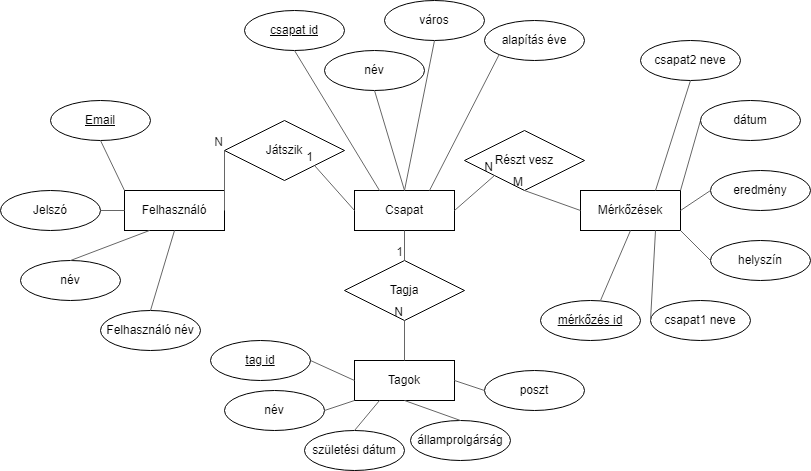
tamas1023/csapatsportok keeps this draw.io diagram as dokumentumok/EK_diagram.png. Above is the earlier version. Source tidied: cells renumbered, new cells last; positions are measured from the earlier drawing's top-left corner, leaving out a move shared by most shapes. Source of this version:
```xml
<mxGraphModel>
  <root>
    <mxCell id="0" />
    <mxCell id="1" parent="0" />
    <mxCell id="2" value="Játszik" style="shape=rhombus;perimeter=rhombusPerimeter;whiteSpace=wrap;html=1;align=center;" parent="1" vertex="1">
      <mxGeometry x="224" y="120" width="120" height="60" as="geometry" />
    </mxCell>
    <mxCell id="3" value="Részt vesz" style="shape=rhombus;perimeter=rhombusPerimeter;whiteSpace=wrap;html=1;align=center;" parent="1" vertex="1">
      <mxGeometry x="464" y="130" width="120" height="60" as="geometry" />
    </mxCell>
    <mxCell id="4" value="Tagja" style="shape=rhombus;perimeter=rhombusPerimeter;whiteSpace=wrap;html=1;align=center;" parent="1" vertex="1">
      <mxGeometry x="344" y="260" width="120" height="60" as="geometry" />
    </mxCell>
    <mxCell id="5" value="Felhasználó" style="whiteSpace=wrap;html=1;align=center;" parent="1" vertex="1">
      <mxGeometry x="124" y="190" width="100" height="40" as="geometry" />
    </mxCell>
    <mxCell id="6" value="Csapat" style="whiteSpace=wrap;html=1;align=center;" parent="1" vertex="1">
      <mxGeometry x="354" y="190" width="100" height="40" as="geometry" />
    </mxCell>
    <mxCell id="7" value="Tagok" style="whiteSpace=wrap;html=1;align=center;" parent="1" vertex="1">
      <mxGeometry x="354" y="360" width="100" height="40" as="geometry" />
    </mxCell>
    <mxCell id="8" value="Mérkőzések" style="whiteSpace=wrap;html=1;align=center;" parent="1" vertex="1">
      <mxGeometry x="580" y="190" width="100" height="40" as="geometry" />
    </mxCell>
    <mxCell id="9" value="Jelszó" style="ellipse;whiteSpace=wrap;html=1;align=center;" parent="1" vertex="1">
      <mxGeometry y="190" width="100" height="40" as="geometry" />
    </mxCell>
    <mxCell id="10" value="Email" style="ellipse;whiteSpace=wrap;html=1;align=center;fontStyle=4;" parent="1" vertex="1">
      <mxGeometry x="50" y="100" width="100" height="40" as="geometry" />
    </mxCell>
    <mxCell id="11" value="név" style="ellipse;whiteSpace=wrap;html=1;align=center;" parent="1" vertex="1">
      <mxGeometry x="20" y="260" width="100" height="40" as="geometry" />
    </mxCell>
    <mxCell id="12" value="város" style="ellipse;whiteSpace=wrap;html=1;align=center;" parent="1" vertex="1">
      <mxGeometry x="384" width="100" height="40" as="geometry" />
    </mxCell>
    <mxCell id="13" value="csapat id" style="ellipse;whiteSpace=wrap;html=1;align=center;fontStyle=4;" parent="1" vertex="1">
      <mxGeometry x="244" y="10" width="100" height="40" as="geometry" />
    </mxCell>
    <mxCell id="14" value="alapítás éve" style="ellipse;whiteSpace=wrap;html=1;align=center;" parent="1" vertex="1">
      <mxGeometry x="484" y="20" width="100" height="40" as="geometry" />
    </mxCell>
    <mxCell id="15" value="államprolgárság" style="ellipse;whiteSpace=wrap;html=1;align=center;" parent="1" vertex="1">
      <mxGeometry x="410" y="420" width="100" height="40" as="geometry" />
    </mxCell>
    <mxCell id="16" value="születési dátum" style="ellipse;whiteSpace=wrap;html=1;align=center;" parent="1" vertex="1">
      <mxGeometry x="304" y="430" width="100" height="40" as="geometry" />
    </mxCell>
    <mxCell id="17" value="poszt" style="ellipse;whiteSpace=wrap;html=1;align=center;" parent="1" vertex="1">
      <mxGeometry x="484" y="370" width="100" height="40" as="geometry" />
    </mxCell>
    <mxCell id="18" value="eredmény" style="ellipse;whiteSpace=wrap;html=1;align=center;" parent="1" vertex="1">
      <mxGeometry x="710" y="170" width="100" height="40" as="geometry" />
    </mxCell>
    <mxCell id="19" value="helyszín" style="ellipse;whiteSpace=wrap;html=1;align=center;" parent="1" vertex="1">
      <mxGeometry x="710" y="240" width="100" height="40" as="geometry" />
    </mxCell>
    <mxCell id="20" value="csapat1 neve" style="ellipse;whiteSpace=wrap;html=1;align=center;" parent="1" vertex="1">
      <mxGeometry x="650" y="300" width="100" height="40" as="geometry" />
    </mxCell>
    <mxCell id="21" value="csapat2 neve" style="ellipse;whiteSpace=wrap;html=1;align=center;" parent="1" vertex="1">
      <mxGeometry x="640" y="40" width="100" height="40" as="geometry" />
    </mxCell>
    <mxCell id="22" style="endArrow=none;html=1;rounded=0;entryX=0.5;entryY=1;entryDx=0;entryDy=0;exitX=0.5;exitY=0;exitDx=0;exitDy=0;strokeColor=#666666;fillColor=#f5f5f5;" parent="1" edge="1" source="7" target="4">
      <mxGeometry relative="1" as="geometry" />
    </mxCell>
    <mxCell id="23" value="N" style="html=1;whiteSpace=wrap;align=right;verticalAlign=bottom;" parent="22" vertex="1">
      <mxGeometry x="1" relative="1" as="geometry" />
    </mxCell>
    <mxCell id="24" style="endArrow=none;html=1;rounded=0;entryX=0.5;entryY=0;entryDx=0;entryDy=0;exitX=0.5;exitY=1;exitDx=0;exitDy=0;fillColor=#f5f5f5;strokeColor=#666666;" parent="1" edge="1" source="6" target="4">
      <mxGeometry relative="1" as="geometry" />
    </mxCell>
    <mxCell id="25" value="1" style="html=1;whiteSpace=wrap;align=right;verticalAlign=bottom;fontColor=#1A1A1A;" parent="24" vertex="1">
      <mxGeometry x="1" relative="1" as="geometry" />
    </mxCell>
    <mxCell id="26" style="endArrow=none;html=1;rounded=0;exitX=1;exitY=0.5;exitDx=0;exitDy=0;entryX=0;entryY=1;entryDx=0;entryDy=0;fillColor=#f5f5f5;strokeColor=#666666;" parent="1" edge="1" source="6" target="3">
      <mxGeometry relative="1" as="geometry" />
    </mxCell>
    <mxCell id="27" value="N" style="html=1;whiteSpace=wrap;align=right;verticalAlign=bottom;" parent="26" vertex="1">
      <mxGeometry x="1" relative="1" as="geometry" />
    </mxCell>
    <mxCell id="28" style="endArrow=none;html=1;rounded=0;exitX=0;exitY=0.5;exitDx=0;exitDy=0;entryX=0.5;entryY=1;entryDx=0;entryDy=0;fillColor=#f5f5f5;strokeColor=#666666;" parent="1" edge="1" source="8" target="3">
      <mxGeometry relative="1" as="geometry" />
    </mxCell>
    <mxCell id="29" value="M" style="html=1;whiteSpace=wrap;align=right;verticalAlign=bottom;" parent="28" vertex="1">
      <mxGeometry x="1" relative="1" as="geometry" />
    </mxCell>
    <mxCell id="30" style="endArrow=none;html=1;rounded=0;exitX=1;exitY=0.5;exitDx=0;exitDy=0;entryX=0;entryY=0.5;entryDx=0;entryDy=0;fillColor=#f5f5f5;strokeColor=#666666;" parent="1" edge="1" source="5" target="2">
      <mxGeometry relative="1" as="geometry" />
    </mxCell>
    <mxCell id="31" value="N" style="html=1;whiteSpace=wrap;align=right;verticalAlign=bottom;fontColor=#1A1A1A;" parent="30" vertex="1">
      <mxGeometry x="1" relative="1" as="geometry" />
    </mxCell>
    <mxCell id="32" style="endArrow=none;html=1;rounded=0;exitX=0;exitY=0.5;exitDx=0;exitDy=0;entryX=1;entryY=1;entryDx=0;entryDy=0;fillColor=#f5f5f5;strokeColor=#666666;" parent="1" edge="1" source="6" target="2">
      <mxGeometry relative="1" as="geometry" />
    </mxCell>
    <mxCell id="33" value="1" style="html=1;whiteSpace=wrap;align=right;verticalAlign=bottom;" parent="32" vertex="1">
      <mxGeometry x="1" relative="1" as="geometry" />
    </mxCell>
    <mxCell id="34" style="endArrow=none;html=1;rounded=0;entryX=0;entryY=0;entryDx=0;entryDy=0;exitX=0.5;exitY=1;exitDx=0;exitDy=0;fillColor=#f5f5f5;strokeColor=#666666;" parent="1" edge="1" source="10" target="5">
      <mxGeometry relative="1" as="geometry" />
    </mxCell>
    <mxCell id="35" style="endArrow=none;html=1;rounded=0;exitX=0;exitY=0.5;exitDx=0;exitDy=0;entryX=1;entryY=0.5;entryDx=0;entryDy=0;fillColor=#f5f5f5;strokeColor=#666666;" parent="1" edge="1" source="5" target="9">
      <mxGeometry relative="1" as="geometry" />
    </mxCell>
    <mxCell id="36" style="endArrow=none;html=1;rounded=0;exitX=0.25;exitY=1;exitDx=0;exitDy=0;entryX=0.5;entryY=0;entryDx=0;entryDy=0;fillColor=#f5f5f5;strokeColor=#666666;" parent="1" edge="1" source="5" target="11">
      <mxGeometry relative="1" as="geometry" />
    </mxCell>
    <mxCell id="37" style="endArrow=none;html=1;rounded=0;exitX=0;exitY=0.5;exitDx=0;exitDy=0;entryX=1;entryY=0.5;entryDx=0;entryDy=0;fillColor=#f5f5f5;strokeColor=#666666;" parent="1" edge="1" source="7" target="53">
      <mxGeometry relative="1" as="geometry" />
    </mxCell>
    <mxCell id="38" style="endArrow=none;html=1;rounded=0;exitX=0.25;exitY=1;exitDx=0;exitDy=0;entryX=0.5;entryY=0;entryDx=0;entryDy=0;fillColor=#f5f5f5;strokeColor=#666666;" parent="1" edge="1" source="7" target="16">
      <mxGeometry relative="1" as="geometry" />
    </mxCell>
    <mxCell id="39" style="endArrow=none;html=1;rounded=0;exitX=0.5;exitY=1;exitDx=0;exitDy=0;entryX=0.5;entryY=0;entryDx=0;entryDy=0;fillColor=#f5f5f5;strokeColor=#666666;" parent="1" edge="1" source="7" target="15">
      <mxGeometry relative="1" as="geometry" />
    </mxCell>
    <mxCell id="40" style="endArrow=none;html=1;rounded=0;exitX=1;exitY=0.5;exitDx=0;exitDy=0;entryX=0;entryY=0.5;entryDx=0;entryDy=0;fillColor=#f5f5f5;strokeColor=#666666;" parent="1" edge="1" source="7" target="17">
      <mxGeometry relative="1" as="geometry" />
    </mxCell>
    <mxCell id="41" style="endArrow=none;html=1;rounded=0;entryX=0.5;entryY=1;entryDx=0;entryDy=0;exitX=0.75;exitY=0;exitDx=0;exitDy=0;fillColor=#f5f5f5;strokeColor=#666666;" parent="1" edge="1" source="8" target="21">
      <mxGeometry relative="1" as="geometry" />
    </mxCell>
    <mxCell id="42" style="endArrow=none;html=1;rounded=0;entryX=0;entryY=0.5;entryDx=0;entryDy=0;exitX=1;exitY=0;exitDx=0;exitDy=0;fillColor=#f5f5f5;strokeColor=#666666;" parent="1" edge="1" source="8" target="57">
      <mxGeometry relative="1" as="geometry" />
    </mxCell>
    <mxCell id="43" style="endArrow=none;html=1;rounded=0;entryX=0;entryY=0.5;entryDx=0;entryDy=0;exitX=1;exitY=0.5;exitDx=0;exitDy=0;fillColor=#f5f5f5;strokeColor=#666666;" parent="1" edge="1" source="8" target="18">
      <mxGeometry relative="1" as="geometry" />
    </mxCell>
    <mxCell id="44" style="endArrow=none;html=1;rounded=0;entryX=0;entryY=0.5;entryDx=0;entryDy=0;exitX=1;exitY=1;exitDx=0;exitDy=0;fillColor=#f5f5f5;strokeColor=#666666;" parent="1" edge="1" source="8" target="19">
      <mxGeometry relative="1" as="geometry" />
    </mxCell>
    <mxCell id="45" style="endArrow=none;html=1;rounded=0;entryX=0;entryY=0.5;entryDx=0;entryDy=0;exitX=0.75;exitY=1;exitDx=0;exitDy=0;fillColor=#f5f5f5;strokeColor=#666666;" parent="1" edge="1" source="8" target="20">
      <mxGeometry relative="1" as="geometry" />
    </mxCell>
    <mxCell id="46" style="endArrow=none;html=1;rounded=0;entryX=0.5;entryY=1;entryDx=0;entryDy=0;exitX=0.25;exitY=0;exitDx=0;exitDy=0;fillColor=#f5f5f5;strokeColor=#666666;" parent="1" edge="1" source="6" target="13">
      <mxGeometry relative="1" as="geometry" />
    </mxCell>
    <mxCell id="47" style="endArrow=none;html=1;rounded=0;exitX=0.5;exitY=1;exitDx=0;exitDy=0;entryX=0.5;entryY=0;entryDx=0;entryDy=0;fillColor=#f5f5f5;strokeColor=#666666;" parent="1" edge="1" source="12" target="6">
      <mxGeometry relative="1" as="geometry" />
    </mxCell>
    <mxCell id="48" style="endArrow=none;html=1;rounded=0;exitX=0;exitY=1;exitDx=0;exitDy=0;entryX=0.75;entryY=0;entryDx=0;entryDy=0;fillColor=#f5f5f5;strokeColor=#666666;" parent="1" edge="1" source="14" target="6">
      <mxGeometry relative="1" as="geometry" />
    </mxCell>
    <mxCell id="49" value="Felhasználó név" style="ellipse;whiteSpace=wrap;html=1;align=center;" parent="1" vertex="1">
      <mxGeometry x="100" y="310" width="100" height="40" as="geometry" />
    </mxCell>
    <mxCell id="50" style="endArrow=none;html=1;rounded=0;entryX=0.5;entryY=1;entryDx=0;entryDy=0;exitX=0.5;exitY=0;exitDx=0;exitDy=0;fillColor=#f5f5f5;strokeColor=#666666;" parent="1" edge="1" source="49" target="5">
      <mxGeometry relative="1" as="geometry" />
    </mxCell>
    <mxCell id="51" value="név" style="ellipse;whiteSpace=wrap;html=1;align=center;" parent="1" vertex="1">
      <mxGeometry x="324" y="50" width="100" height="40" as="geometry" />
    </mxCell>
    <mxCell id="52" style="endArrow=none;html=1;rounded=0;exitX=0.5;exitY=1;exitDx=0;exitDy=0;entryX=0.5;entryY=0;entryDx=0;entryDy=0;fillColor=#f5f5f5;strokeColor=#666666;" parent="1" edge="1" source="51" target="6">
      <mxGeometry relative="1" as="geometry" />
    </mxCell>
    <mxCell id="53" value="tag id" style="ellipse;whiteSpace=wrap;html=1;align=center;fontStyle=4;" parent="1" vertex="1">
      <mxGeometry x="210" y="340" width="100" height="40" as="geometry" />
    </mxCell>
    <mxCell id="54" value="név" style="ellipse;whiteSpace=wrap;html=1;align=center;" parent="1" vertex="1">
      <mxGeometry x="224" y="390" width="100" height="40" as="geometry" />
    </mxCell>
    <mxCell id="55" style="endArrow=none;html=1;rounded=0;exitX=0;exitY=1;exitDx=0;exitDy=0;entryX=1;entryY=0.5;entryDx=0;entryDy=0;fillColor=#f5f5f5;strokeColor=#666666;" parent="1" edge="1" source="7" target="54">
      <mxGeometry relative="1" as="geometry" />
    </mxCell>
    <mxCell id="56" value="mérkőzés id" style="ellipse;whiteSpace=wrap;html=1;align=center;fontStyle=4;" parent="1" vertex="1">
      <mxGeometry x="540" y="300" width="100" height="40" as="geometry" />
    </mxCell>
    <mxCell id="57" value="dátum" style="ellipse;whiteSpace=wrap;html=1;align=center;" parent="1" vertex="1">
      <mxGeometry x="700" y="100" width="100" height="40" as="geometry" />
    </mxCell>
    <mxCell id="58" style="endArrow=none;html=1;rounded=0;exitX=0.5;exitY=1;exitDx=0;exitDy=0;fillColor=#f5f5f5;strokeColor=#666666;entryX=0.6;entryY=0;entryDx=0;entryDy=0;entryPerimeter=0;" parent="1" edge="1" source="8" target="56">
      <mxGeometry relative="1" as="geometry" />
    </mxCell>
  </root>
</mxGraphModel>
```
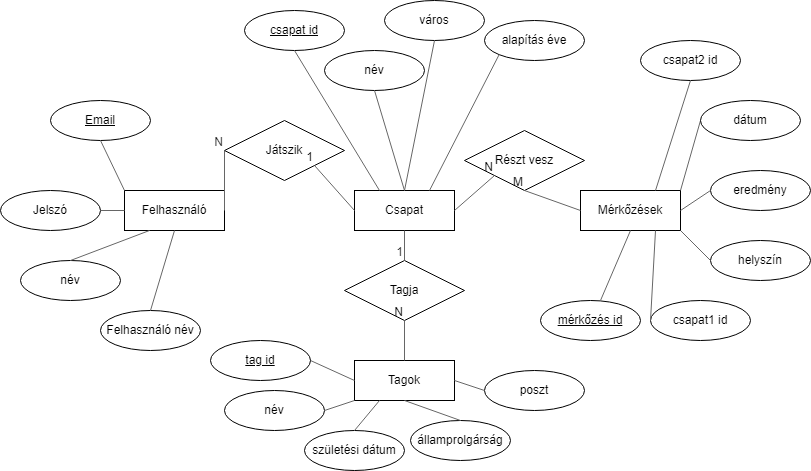
After the change.

Change to the diagram source:
```diff
@@ -56,10 +56,10 @@
     <mxCell id="19" value="helyszín" style="ellipse;whiteSpace=wrap;html=1;align=center;" parent="1" vertex="1">
       <mxGeometry x="710" y="240" width="100" height="40" as="geometry" />
     </mxCell>
-    <mxCell id="20" value="csapat1 neve" style="ellipse;whiteSpace=wrap;html=1;align=center;" parent="1" vertex="1">
+    <mxCell id="20" value="csapat1 id" style="ellipse;whiteSpace=wrap;html=1;align=center;" parent="1" vertex="1">
       <mxGeometry x="650" y="300" width="100" height="40" as="geometry" />
     </mxCell>
-    <mxCell id="21" value="csapat2 neve" style="ellipse;whiteSpace=wrap;html=1;align=center;" parent="1" vertex="1">
+    <mxCell id="21" value="csapat2 id" style="ellipse;whiteSpace=wrap;html=1;align=center;" parent="1" vertex="1">
       <mxGeometry x="640" y="40" width="100" height="40" as="geometry" />
     </mxCell>
     <mxCell id="22" style="endArrow=none;html=1;rounded=0;entryX=0.5;entryY=1;entryDx=0;entryDy=0;exitX=0.5;exitY=0;exitDx=0;exitDy=0;strokeColor=#666666;fillColor=#f5f5f5;" parent="1" edge="1" source="7" target="4">
```
